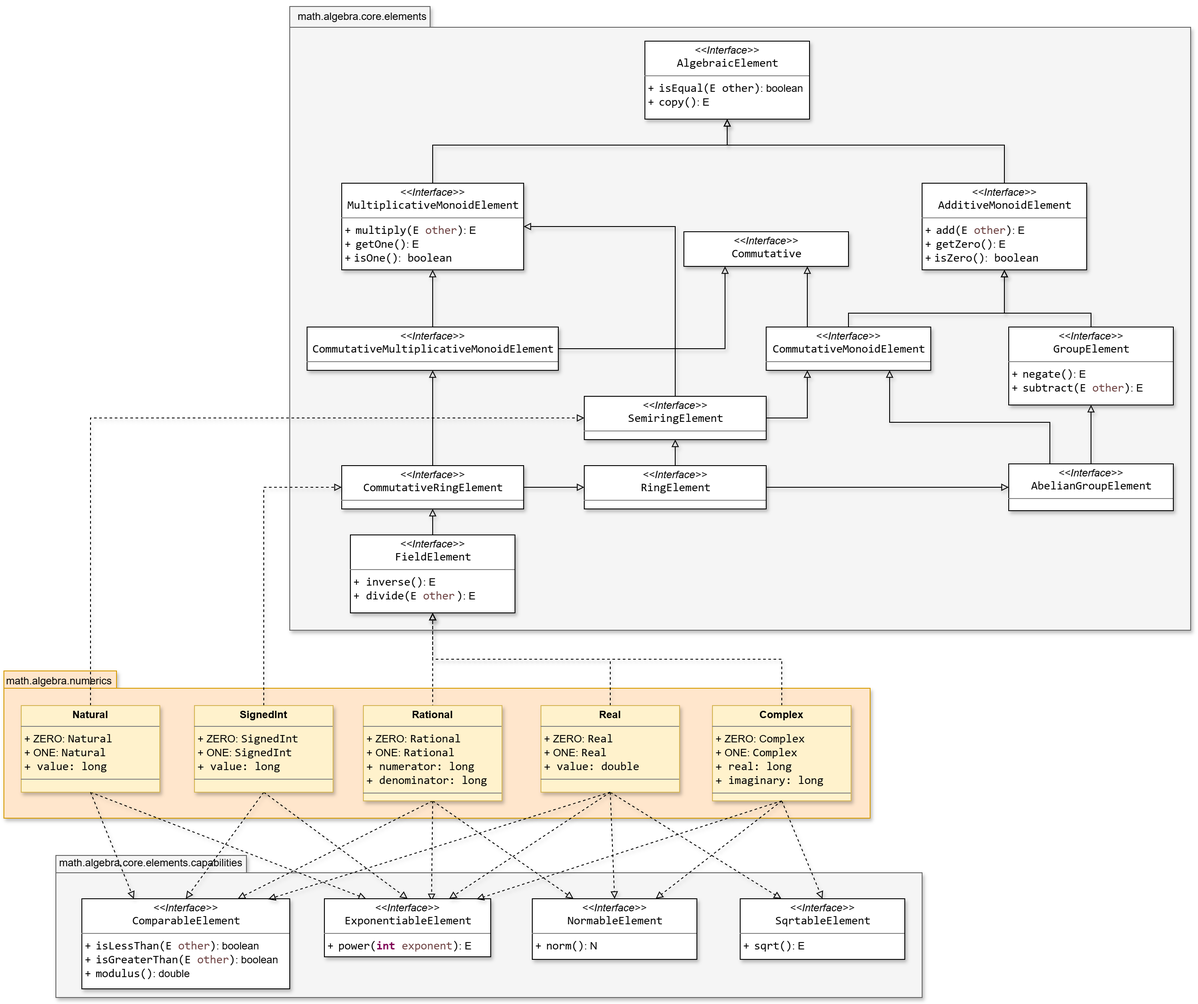
gom9000/SMFN keeps this draw.io diagram as resources/SMFN-algebra-elements.drawio.png. Above is the earlier version. Source tidied: cells renumbered, new cells last; positions are measured from the earlier drawing's top-left corner, leaving out a move shared by most shapes.
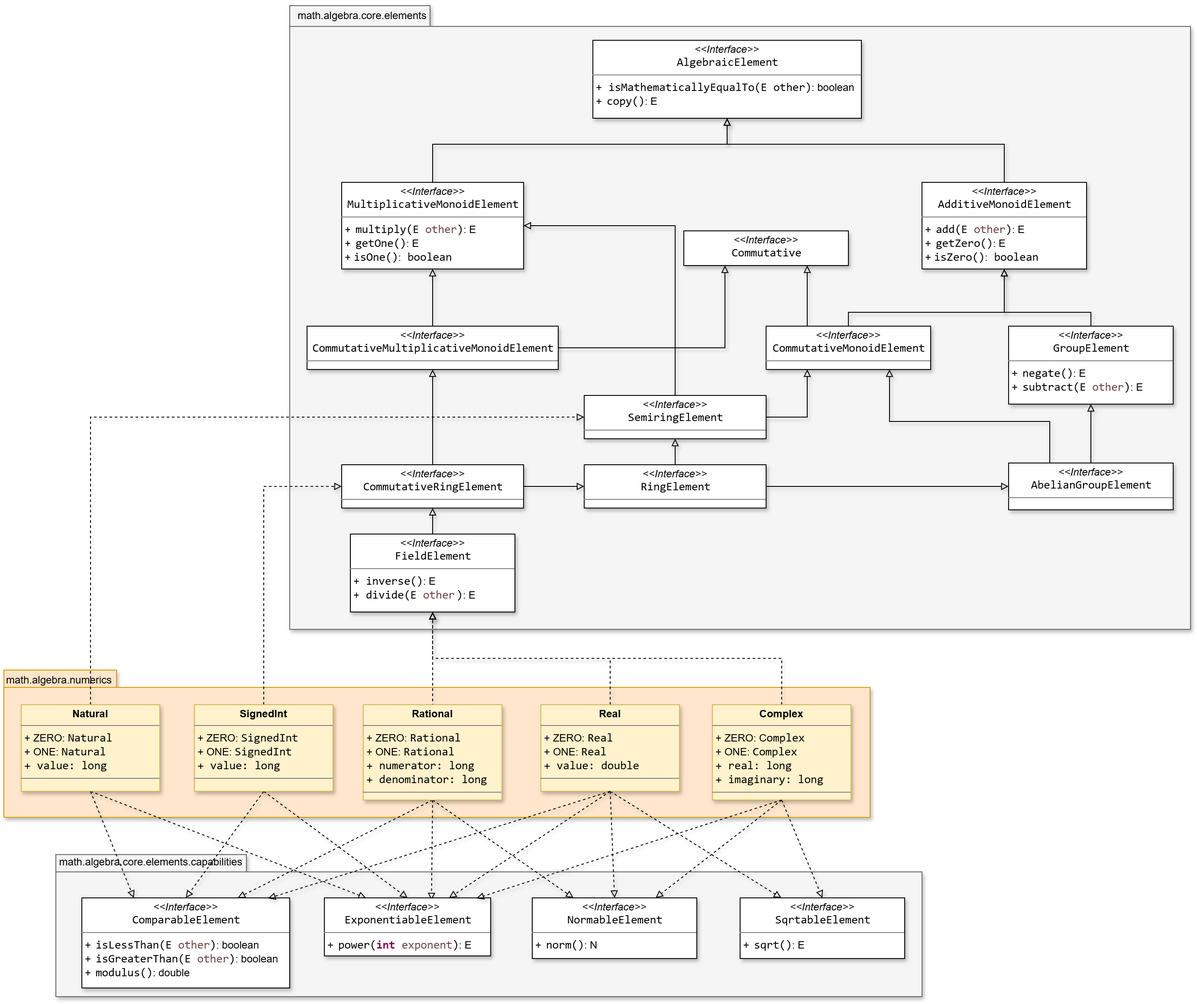
The same file after the commit.

Change to the diagram source:
```diff
@@ -11,14 +11,15 @@
     <mxCell id="4" style="shape=folder;fontStyle=1;spacingTop=10;tabWidth=162;tabHeight=24;tabPosition=left;html=1;whiteSpace=wrap;fillColor=#f5f5f5;strokeColor=#666666;fontColor=#333333;shadow=1;" parent="1" vertex="1">
       <mxGeometry x="330" y="3" width="1040" height="720" as="geometry" />
     </mxCell>
-    <mxCell id="5" value="&lt;p style=&quot;margin:0px;margin-top:4px;text-align:center;&quot;&gt;&lt;span style=&quot;background-color: light-dark(#ffffff, var(--ge-dark-color, #121212));&quot;&gt;&lt;i style=&quot;&quot;&gt;&amp;lt;&amp;lt;Interface&amp;gt;&amp;gt;&lt;/i&gt;&lt;br&gt;&lt;span style=&quot;padding: 0px 0px 0px 2px;&quot;&gt;&lt;span style=&quot;font-family: Consolas; font-size: 10pt; white-space: pre;&quot;&gt;&lt;span style=&quot;&quot;&gt;AlgebraicElement&lt;/span&gt;&lt;/span&gt;&lt;/span&gt;&lt;/span&gt;&lt;/p&gt;&lt;hr size=&quot;1&quot; style=&quot;border-style:solid;&quot;&gt;&lt;p style=&quot;margin:0px;margin-left:4px;&quot;&gt;&lt;/p&gt;&lt;p style=&quot;margin:0px;margin-left:4px;&quot;&gt;+&amp;nbsp;&lt;span style=&quot;padding: 0px 0px 0px 2px;&quot;&gt;&lt;span style=&quot;font-family: Consolas; font-size: 10pt; white-space: pre;&quot;&gt;&lt;span style=&quot;background-color: light-dark(#ffffff, var(--ge-dark-color, #121212));&quot;&gt;isEqual&lt;/span&gt;(E &lt;span style=&quot;text-decoration-color: rgb(0, 102, 204);&quot;&gt;&lt;font style=&quot;color: rgb(0, 0, 0);&quot;&gt;other&lt;/font&gt;&lt;/span&gt;)&lt;/span&gt;&lt;/span&gt;: boolean&lt;br&gt;+&amp;nbsp;&lt;span style=&quot;background-color: light-dark(#ffffff, var(--ge-dark-color, #121212)); padding: 0px 0px 0px 2px;&quot;&gt;&lt;span style=&quot;font-family: Consolas; font-size: 10pt; white-space: pre;&quot;&gt;copy()&lt;/span&gt;&lt;/span&gt;: E&lt;/p&gt;" style="verticalAlign=top;align=left;overflow=fill;html=1;whiteSpace=wrap;labelBackgroundColor=none;shadow=1;" parent="1" vertex="1">
-      <mxGeometry x="740" y="43" width="190" height="90" as="geometry" />
+    <mxCell id="5" value="&lt;p style=&quot;margin:0px;margin-top:4px;text-align:center;&quot;&gt;&lt;span style=&quot;background-color: light-dark(#ffffff, var(--ge-dark-color, #121212));&quot;&gt;&lt;i style=&quot;&quot;&gt;&amp;lt;&amp;lt;Interface&amp;gt;&amp;gt;&lt;/i&gt;&lt;br&gt;&lt;span style=&quot;padding: 0px 0px 0px 2px;&quot;&gt;&lt;span style=&quot;font-family: Consolas; font-size: 10pt; white-space: pre;&quot;&gt;&lt;span style=&quot;&quot;&gt;AlgebraicElement&lt;/span&gt;&lt;/span&gt;&lt;/span&gt;&lt;/span&gt;&lt;/p&gt;&lt;hr size=&quot;1&quot; style=&quot;border-style:solid;&quot;&gt;&lt;p style=&quot;margin:0px;margin-left:4px;&quot;&gt;&lt;/p&gt;&lt;p style=&quot;margin:0px;margin-left:4px;&quot;&gt;+&amp;nbsp;&lt;span style=&quot;padding: 0px 0px 0px 2px;&quot;&gt;&lt;span style=&quot;background-color:#ffffff;padding:0px 0px 0px 2px;&quot;&gt;&lt;span style=&quot;font-family: Consolas; font-size: 10pt; white-space-collapse: preserve;&quot;&gt;&lt;span style=&quot;font-size: 10pt;&quot;&gt;isMathematicallyEqualTo&lt;/span&gt;&lt;/span&gt;&lt;/span&gt;&lt;span style=&quot;font-family: Consolas; font-size: 10pt; white-space: pre;&quot;&gt;(E &lt;span style=&quot;text-decoration-color: rgb(0, 102, 204);&quot;&gt;&lt;font style=&quot;color: rgb(0, 0, 0);&quot;&gt;other&lt;/font&gt;&lt;/span&gt;)&lt;/span&gt;&lt;/span&gt;: boolean&lt;br&gt;+&amp;nbsp;&lt;span style=&quot;background-color: light-dark(#ffffff, var(--ge-dark-color, #121212)); padding: 0px 0px 0px 2px;&quot;&gt;&lt;span style=&quot;font-family: Consolas; font-size: 10pt; white-space: pre;&quot;&gt;copy()&lt;/span&gt;&lt;/span&gt;: E&lt;/p&gt;" style="verticalAlign=top;align=left;overflow=fill;html=1;whiteSpace=wrap;labelBackgroundColor=none;shadow=1;" parent="1" vertex="1">
+      <mxGeometry x="680" y="43" width="310" height="90" as="geometry" />
     </mxCell>
     <mxCell id="6" style="edgeStyle=orthogonalEdgeStyle;rounded=0;jettySize=auto;html=1;exitX=0.5;exitY=0;exitDx=0;exitDy=0;entryX=0.5;entryY=1;entryDx=0;entryDy=0;endArrow=block;endFill=0;labelBackgroundColor=none;shadow=1;" parent="1" edge="1" source="7" target="5">
       <mxGeometry relative="1" as="geometry">
         <Array as="points">
           <mxPoint x="1155" y="163" />
           <mxPoint x="835" y="163" />
+          <mxPoint x="835" y="133" />
         </Array>
       </mxGeometry>
     </mxCell>
```
